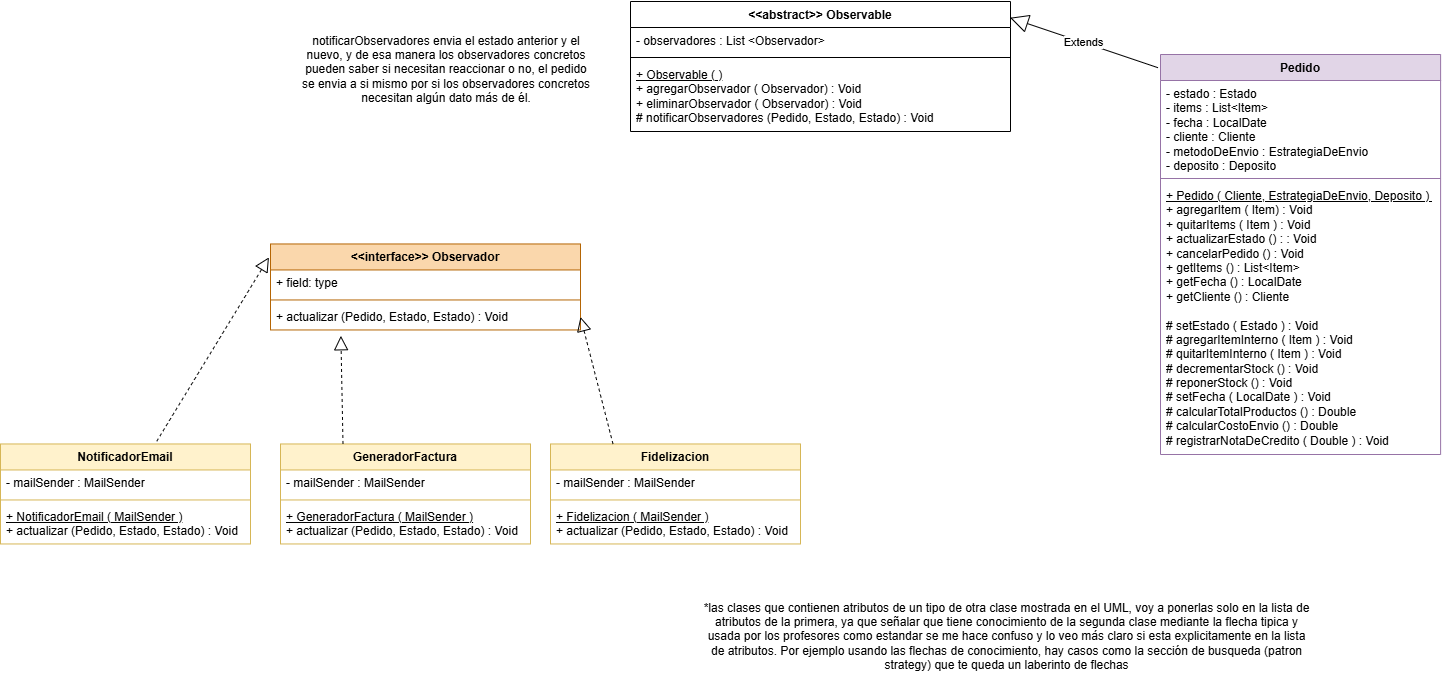
Above: src/notificaciones/UML.png in DemartinoFrancisco/UNQ-Shop (draw.io), before the change. Source tidied: cells renumbered, new cells last; positions are measured from the earlier drawing's top-left corner, leaving out a move shared by most shapes.
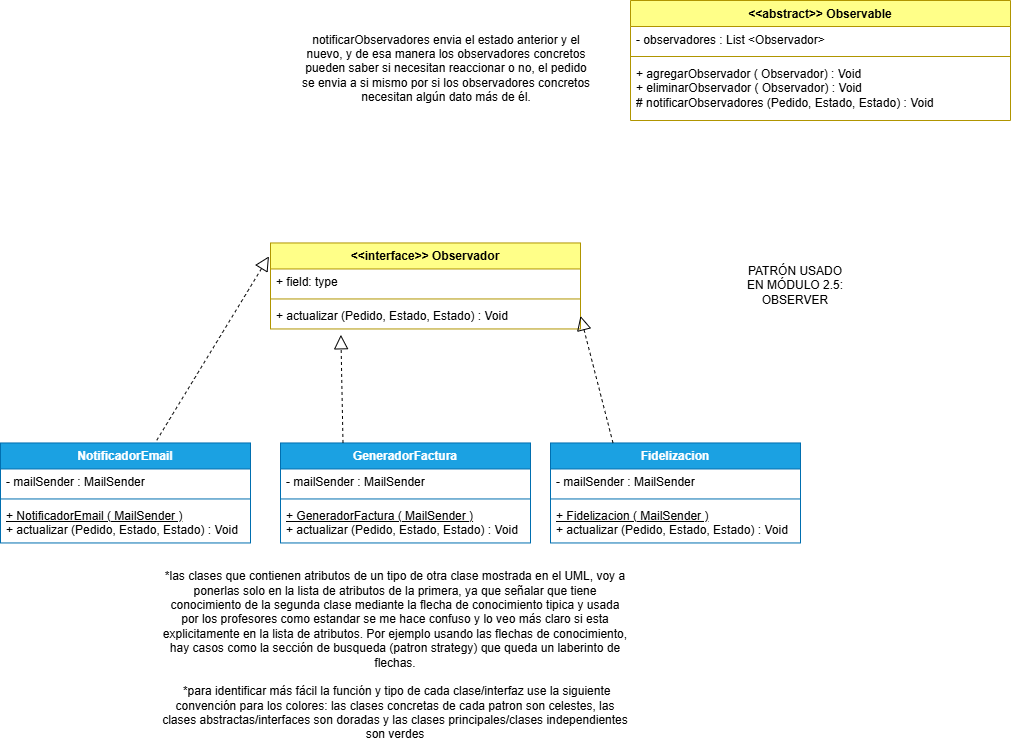
After the commit.

The edit, as a diff of the source:
```diff
@@ -2,7 +2,7 @@
   <root>
     <mxCell id="0" />
     <mxCell id="1" parent="0" />
-    <mxCell id="2" value="&amp;lt;&amp;lt;interface&amp;gt;&amp;gt; Observador" style="swimlane;fontStyle=1;align=center;verticalAlign=top;horizontal=1;startSize=26;whiteSpace=wrap;html=1;fillColor=#fad7ac;strokeColor=#b46504;" parent="1" vertex="1">
+    <mxCell id="2" value="&amp;lt;&amp;lt;interface&amp;gt;&amp;gt; Observador" style="swimlane;fontStyle=1;align=center;verticalAlign=top;horizontal=1;startSize=26;whiteSpace=wrap;html=1;fillColor=light-dark(#FFFF88,#A0A000);strokeColor=light-dark(#B09500,#A3A300);fontColor=#000000;" parent="1" vertex="1">
       <mxGeometry x="270" y="242.5" width="310" height="86" as="geometry" />
     </mxCell>
     <mxCell id="3" value="+ field: type" style="text;strokeColor=none;fillColor=none;align=left;verticalAlign=top;spacingLeft=4;spacingRight=4;overflow=hidden;whiteSpace=wrap;html=1;" parent="2" vertex="1">
@@ -14,44 +14,44 @@
     <mxCell id="5" value="+ actualizar (Pedido, Estado, Estado) : Void" style="text;strokeColor=none;fillColor=none;align=left;verticalAlign=top;spacingLeft=4;spacingRight=4;overflow=hidden;points=[[0,0.5],[1,0.5]];portConstraint=eastwest;whiteSpace=wrap;html=1;" parent="2" vertex="1">
       <mxGeometry y="60" width="310" height="26" as="geometry" />
     </mxCell>
-    <mxCell id="6" value="NotificadorEmail" style="swimlane;fontStyle=1;align=center;verticalAlign=top;horizontal=1;startSize=26;whiteSpace=wrap;html=1;fillColor=#fff2cc;strokeColor=#d6b656;" parent="1" vertex="1">
+    <mxCell id="6" value="NotificadorEmail" style="swimlane;fontStyle=1;align=center;verticalAlign=top;horizontal=1;startSize=26;whiteSpace=wrap;html=1;fillColor=light-dark(#1BA1E2,#00FFFF);strokeColor=light-dark(#006EAF,#00FFFF);fontColor=#ffffff;" parent="1" vertex="1">
       <mxGeometry y="442.5" width="250" height="100" as="geometry" />
     </mxCell>
-    <mxCell id="7" value="- mailSender : MailSender" style="text;strokeColor=none;fillColor=none;align=left;verticalAlign=top;spacingLeft=4;spacingRight=4;overflow=hidden;whiteSpace=wrap;html=1;" parent="6" vertex="1">
-      <mxGeometry y="26" width="250" height="26" as="geometry" />
-    </mxCell>
-    <mxCell id="8" style="line;strokeWidth=1;fillColor=none;align=left;verticalAlign=middle;spacingTop=-1;spacingLeft=3;spacingRight=3;labelPosition=right;strokeColor=inherit;" parent="6" vertex="1">
-      <mxGeometry y="52" width="250" height="8" as="geometry" />
-    </mxCell>
+    <mxCell id="32" value="- mailSender : MailSender" style="text;strokeColor=none;fillColor=none;align=left;verticalAlign=top;spacingLeft=4;spacingRight=4;overflow=hidden;whiteSpace=wrap;html=1;" parent="6" vertex="1">
+      <mxGeometry y="26" width="250" height="26" as="geometry" />
+    </mxCell>
+    <mxCell id="33" style="line;strokeWidth=1;fillColor=none;align=left;verticalAlign=middle;spacingTop=-1;spacingLeft=3;spacingRight=3;labelPosition=right;strokeColor=inherit;" parent="6" vertex="1">
+      <mxGeometry y="52" width="250" height="8" as="geometry" />
+    </mxCell>
     <mxCell id="9" value="&lt;div&gt;&lt;u&gt;+ NotificadorEmail ( MailSender )&lt;/u&gt;&lt;/div&gt;+ actualizar (Pedido, Estado, Estado) : Void" style="text;strokeColor=none;fillColor=none;align=left;verticalAlign=top;spacingLeft=4;spacingRight=4;overflow=hidden;whiteSpace=wrap;html=1;" parent="6" vertex="1">
       <mxGeometry y="60" width="250" height="40" as="geometry" />
     </mxCell>
-    <mxCell id="10" value="Fidelizacion&lt;div&gt;&lt;br&gt;&lt;/div&gt;" style="swimlane;fontStyle=1;align=center;verticalAlign=top;horizontal=1;startSize=26;whiteSpace=wrap;html=1;fillColor=#fff2cc;strokeColor=#d6b656;" parent="1" vertex="1">
+    <mxCell id="10" value="Fidelizacion&lt;div&gt;&lt;br&gt;&lt;/div&gt;" style="swimlane;fontStyle=1;align=center;verticalAlign=top;horizontal=1;startSize=26;whiteSpace=wrap;html=1;fillColor=light-dark(#1BA1E2,#00FFFF);strokeColor=light-dark(#006EAF,#00FFFF);fontColor=#ffffff;" parent="1" vertex="1">
       <mxGeometry x="550" y="442.5" width="250" height="100" as="geometry" />
     </mxCell>
-    <mxCell id="11" value="- mailSender : MailSender" style="text;strokeColor=none;fillColor=none;align=left;verticalAlign=top;spacingLeft=4;spacingRight=4;overflow=hidden;whiteSpace=wrap;html=1;" parent="10" vertex="1">
-      <mxGeometry y="26" width="250" height="26" as="geometry" />
-    </mxCell>
-    <mxCell id="12" style="line;strokeWidth=1;fillColor=none;align=left;verticalAlign=middle;spacingTop=-1;spacingLeft=3;spacingRight=3;labelPosition=right;strokeColor=inherit;" parent="10" vertex="1">
-      <mxGeometry y="52" width="250" height="8" as="geometry" />
-    </mxCell>
+    <mxCell id="34" value="- mailSender : MailSender" style="text;strokeColor=none;fillColor=none;align=left;verticalAlign=top;spacingLeft=4;spacingRight=4;overflow=hidden;whiteSpace=wrap;html=1;" parent="10" vertex="1">
+      <mxGeometry y="26" width="250" height="26" as="geometry" />
+    </mxCell>
+    <mxCell id="35" style="line;strokeWidth=1;fillColor=none;align=left;verticalAlign=middle;spacingTop=-1;spacingLeft=3;spacingRight=3;labelPosition=right;strokeColor=inherit;" parent="10" vertex="1">
+      <mxGeometry y="52" width="250" height="8" as="geometry" />
+    </mxCell>
     <mxCell id="13" value="&lt;div&gt;&lt;u&gt;+ Fidelizacion ( MailSender )&lt;/u&gt;&lt;/div&gt;+ actualizar (Pedido, Estado, Estado) : Void" style="text;strokeColor=none;fillColor=none;align=left;verticalAlign=top;spacingLeft=4;spacingRight=4;overflow=hidden;whiteSpace=wrap;html=1;" parent="10" vertex="1">
       <mxGeometry y="60" width="250" height="40" as="geometry" />
     </mxCell>
-    <mxCell id="14" value="GeneradorFactura" style="swimlane;fontStyle=1;align=center;verticalAlign=top;horizontal=1;startSize=26;whiteSpace=wrap;html=1;fillColor=#fff2cc;strokeColor=#d6b656;" parent="1" vertex="1">
+    <mxCell id="14" value="GeneradorFactura" style="swimlane;fontStyle=1;align=center;verticalAlign=top;horizontal=1;startSize=26;whiteSpace=wrap;html=1;fillColor=light-dark(#1BA1E2,#00FFFF);strokeColor=light-dark(#006EAF,#00FFFF);fontColor=#ffffff;" parent="1" vertex="1">
       <mxGeometry x="280" y="442.5" width="250" height="100" as="geometry" />
     </mxCell>
-    <mxCell id="15" value="- mailSender : MailSender" style="text;strokeColor=none;fillColor=none;align=left;verticalAlign=top;spacingLeft=4;spacingRight=4;overflow=hidden;whiteSpace=wrap;html=1;" parent="14" vertex="1">
-      <mxGeometry y="26" width="250" height="26" as="geometry" />
-    </mxCell>
-    <mxCell id="16" style="line;strokeWidth=1;fillColor=none;align=left;verticalAlign=middle;spacingTop=-1;spacingLeft=3;spacingRight=3;labelPosition=right;strokeColor=inherit;" parent="14" vertex="1">
-      <mxGeometry y="52" width="250" height="8" as="geometry" />
-    </mxCell>
+    <mxCell id="36" value="- mailSender : MailSender" style="text;strokeColor=none;fillColor=none;align=left;verticalAlign=top;spacingLeft=4;spacingRight=4;overflow=hidden;whiteSpace=wrap;html=1;" parent="14" vertex="1">
+      <mxGeometry y="26" width="250" height="26" as="geometry" />
+    </mxCell>
+    <mxCell id="37" style="line;strokeWidth=1;fillColor=none;align=left;verticalAlign=middle;spacingTop=-1;spacingLeft=3;spacingRight=3;labelPosition=right;strokeColor=inherit;" parent="14" vertex="1">
+      <mxGeometry y="52" width="250" height="8" as="geometry" />
+    </mxCell>
     <mxCell id="17" value="&lt;div&gt;&lt;u&gt;+ GeneradorFactura ( MailSender )&lt;/u&gt;&lt;/div&gt;+ actualizar (Pedido, Estado, Estado) : Void" style="text;strokeColor=none;fillColor=none;align=left;verticalAlign=top;spacingLeft=4;spacingRight=4;overflow=hidden;whiteSpace=wrap;html=1;" parent="14" vertex="1">
       <mxGeometry y="60" width="250" height="40" as="geometry" />
     </mxCell>
-    <mxCell id="18" value="&amp;lt;&amp;lt;abstract&amp;gt;&amp;gt; Observable" style="swimlane;fontStyle=1;align=center;verticalAlign=top;horizontal=1;startSize=26;whiteSpace=wrap;html=1;" parent="1" vertex="1">
-      <mxGeometry x="630" width="380" height="130" as="geometry" />
+    <mxCell id="18" value="&amp;lt;&amp;lt;abstract&amp;gt;&amp;gt; Observable" style="swimlane;fontStyle=1;align=center;verticalAlign=top;horizontal=1;startSize=26;whiteSpace=wrap;html=1;fillColor=light-dark(#FFFF88,#A0A000);fontColor=#000000;strokeColor=light-dark(#B09500,#A3A300);" parent="1" vertex="1">
+      <mxGeometry x="630" width="380" height="120" as="geometry" />
     </mxCell>
     <mxCell id="19" value="- observadores : List &amp;lt;Observador&amp;gt;" style="text;strokeColor=none;fillColor=none;align=left;verticalAlign=top;spacingLeft=4;spacingRight=4;overflow=hidden;whiteSpace=wrap;html=1;" parent="18" vertex="1">
       <mxGeometry y="26" width="380" height="26" as="geometry" />
@@ -59,27 +59,12 @@
     <mxCell id="20" style="line;strokeWidth=1;fillColor=none;align=left;verticalAlign=middle;spacingTop=-1;spacingLeft=3;spacingRight=3;labelPosition=right;strokeColor=inherit;" parent="18" vertex="1">
       <mxGeometry y="52" width="380" height="8" as="geometry" />
     </mxCell>
-    <mxCell id="21" value="&lt;div&gt;&lt;u&gt;+ Observable ( )&lt;/u&gt;&lt;/div&gt;+ agregarObservador ( Observador) : Void&lt;div&gt;+ eliminarObservador ( Observador) : Void&lt;/div&gt;&lt;div&gt;# notificarObservadores (Pedido, Estado, Estado) : Void&lt;/div&gt;" style="text;strokeColor=none;fillColor=none;align=left;verticalAlign=top;spacingLeft=4;spacingRight=4;overflow=hidden;whiteSpace=wrap;html=1;" parent="18" vertex="1">
-      <mxGeometry y="60" width="380" height="70" as="geometry" />
-    </mxCell>
+    <mxCell id="38" value="&lt;div&gt;&lt;span style=&quot;background-color: transparent; color: light-dark(rgb(0, 0, 0), rgb(255, 255, 255));&quot;&gt;+ agregarObservador ( Observador) : Void&lt;/span&gt;&lt;/div&gt;&lt;div&gt;+ eliminarObservador ( Observador) : Void&lt;/div&gt;&lt;div&gt;# notificarObservadores (Pedido, Estado, Estado) : Void&lt;/div&gt;" style="text;strokeColor=none;fillColor=none;align=left;verticalAlign=top;spacingLeft=4;spacingRight=4;overflow=hidden;whiteSpace=wrap;html=1;" parent="18" vertex="1">
+      <mxGeometry y="60" width="380" height="60" as="geometry" />
+    </mxCell>
     <mxCell id="22" value="notificarObservadores envia el estado anterior y el nuevo, y de esa manera los observadores concretos pueden saber si necesitan reaccionar o no, el pedido se envia a si mismo por si los observadores concretos necesitan algún dato más de él." style="text;html=1;whiteSpace=wrap;strokeColor=none;fillColor=none;align=center;verticalAlign=middle;rounded=0;" parent="1" vertex="1">
       <mxGeometry x="300" y="53" width="292" height="30" as="geometry" />
     </mxCell>
-    <mxCell id="23" value="Pedido" style="swimlane;fontStyle=1;align=center;verticalAlign=top;horizontal=1;startSize=26;whiteSpace=wrap;html=1;fillColor=#e1d5e7;strokeColor=#9673a6;" parent="1" vertex="1">
-      <mxGeometry x="1160" y="53" width="280.1" height="400" as="geometry" />
-    </mxCell>
-    <mxCell id="24" value="- estado : Estado&lt;div&gt;- items : List&amp;lt;Item&amp;gt;&lt;/div&gt;&lt;div&gt;- fecha : LocalDate&lt;/div&gt;&lt;div&gt;- cliente : Cliente&lt;/div&gt;&lt;div&gt;- metodoDeEnvio : EstrategiaDeEnvio&lt;/div&gt;&lt;div&gt;- deposito : Deposito&lt;/div&gt;" style="text;strokeColor=none;fillColor=none;align=left;verticalAlign=top;spacingLeft=4;spacingRight=4;overflow=hidden;whiteSpace=wrap;html=1;" parent="23" vertex="1">
-      <mxGeometry y="26" width="280.1" height="94" as="geometry" />
-    </mxCell>
-    <mxCell id="25" style="line;strokeWidth=1;fillColor=none;align=left;verticalAlign=middle;spacingTop=-1;spacingLeft=3;spacingRight=3;labelPosition=right;strokeColor=inherit;" parent="23" vertex="1">
-      <mxGeometry y="120" width="280.1" height="8" as="geometry" />
-    </mxCell>
-    <mxCell id="26" value="&lt;u&gt;+ Pedido ( Cliente, EstrategiaDeEnvio, Deposito )&amp;nbsp;&lt;/u&gt;&lt;div&gt;&lt;div&gt;+ agregarItem ( Item) : Void&lt;/div&gt;&lt;div&gt;+ quitarItems ( Item ) : Void&amp;nbsp;&lt;/div&gt;&lt;div&gt;+ actualizarEstado () : : Void&lt;/div&gt;&lt;div&gt;+ cancelarPedido () : Void&lt;/div&gt;&lt;/div&gt;&lt;div&gt;+ getItems () : List&amp;lt;Item&amp;gt;&lt;/div&gt;&lt;div&gt;+ getFecha () : LocalDate&lt;/div&gt;&lt;div&gt;+ getCliente () : Cliente&lt;/div&gt;&lt;div&gt;&lt;br&gt;&lt;/div&gt;&lt;div&gt;# setEstado ( Estado ) : Void&lt;/div&gt;&lt;div&gt;# agregarItemInterno ( Item ) : Void&lt;/div&gt;&lt;div&gt;# quitarItemInterno ( Item ) : Void&lt;/div&gt;&lt;div&gt;# decrementarStock () : Void&lt;/div&gt;&lt;div&gt;# reponerStock () : Void&lt;/div&gt;&lt;div&gt;# setFecha ( LocalDate ) : Void&lt;/div&gt;&lt;div&gt;# calcularTotalProductos () : Double&lt;/div&gt;&lt;div&gt;# calcularCostoEnvio () : Double&lt;/div&gt;&lt;div&gt;# registrarNotaDeCredito ( Double ) : Void&lt;/div&gt;" style="text;strokeColor=none;fillColor=none;align=left;verticalAlign=top;spacingLeft=4;spacingRight=4;overflow=hidden;whiteSpace=wrap;html=1;" parent="23" vertex="1">
-      <mxGeometry y="128" width="280.1" height="272" as="geometry" />
-    </mxCell>
-    <mxCell id="27" value="Extends" style="endArrow=block;endSize=16;endFill=0;html=1;rounded=0;entryX=0.999;entryY=0.125;entryDx=0;entryDy=0;entryPerimeter=0;exitX=-0.009;exitY=0.033;exitDx=0;exitDy=0;exitPerimeter=0;" parent="1" edge="1" source="23" target="18">
-      <mxGeometry relative="1" as="geometry" />
-    </mxCell>
     <mxCell id="28" style="endArrow=block;dashed=1;endFill=0;endSize=12;html=1;rounded=0;entryX=-0.005;entryY=0.156;entryDx=0;entryDy=0;entryPerimeter=0;exitX=0.625;exitY=-0.027;exitDx=0;exitDy=0;exitPerimeter=0;" parent="1" edge="1" source="6" target="2">
       <mxGeometry relative="1" as="geometry" />
     </mxCell>
@@ -89,8 +74,11 @@
     <mxCell id="30" style="endArrow=block;dashed=1;endFill=0;endSize=12;html=1;rounded=0;entryX=1;entryY=0.5;entryDx=0;entryDy=0;exitX=0.25;exitY=0;exitDx=0;exitDy=0;" parent="1" edge="1" source="10" target="5">
       <mxGeometry relative="1" as="geometry" />
     </mxCell>
-    <mxCell id="31" value="*las clases que contienen atributos de un tipo de otra clase mostrada en el UML, voy a ponerlas solo en la lista de atributos de la primera, ya que señalar que tiene conocimiento de la segunda clase mediante la flecha tipica y usada por los profesores como estandar se me hace confuso y lo veo más claro si esta explicitamente en la lista de atributos. Por ejemplo usando las flechas de conocimiento, hay casos como la sección de busqueda (patron strategy) que te queda un laberinto de flechas" style="text;html=1;whiteSpace=wrap;strokeColor=none;fillColor=none;align=center;verticalAlign=middle;rounded=0;" parent="1" vertex="1">
-      <mxGeometry x="700" y="590" width="613.4" height="90" as="geometry" />
-    </mxCell>
+    <mxCell id="39" value="PATRÓN USADO EN MÓDULO 2.5: OBSERVER" style="text;html=1;whiteSpace=wrap;strokeColor=none;fillColor=none;align=center;verticalAlign=middle;rounded=0;" parent="1" vertex="1">
+      <mxGeometry x="740" y="270" width="110" height="30" as="geometry" />
+    </mxCell>
+    <mxCell id="40" value="*las clases que contienen atributos de un tipo de otra clase mostrada en el UML, voy a ponerlas solo en la lista de atributos de la primera, ya que señalar que tiene conocimiento de la segunda clase mediante la flecha de conocimiento tipica y usada por los profesores como estandar se me hace confuso y lo veo más claro si esta explicitamente en la lista de atributos. Por ejemplo usando las flechas de conocimiento, hay casos como la sección de busqueda (patron strategy) que queda un laberinto de flechas.&lt;div&gt;&lt;br&gt;&lt;/div&gt;&lt;div&gt;&amp;nbsp;&lt;span style=&quot;background-color: transparent; color: light-dark(rgb(0, 0, 0), rgb(255, 255, 255));&quot;&gt;*para identificar más fácil la función y tipo de cada clase/interfaz use la siguiente convención para los colores: las clases concretas de cada patron son celestes, las clases abstractas/interfaces son doradas y las clases principales/clases independientes son verdes&lt;/span&gt;&lt;/div&gt;" style="text;html=1;whiteSpace=wrap;strokeColor=none;fillColor=none;align=center;verticalAlign=middle;rounded=0;" parent="1" vertex="1">
+      <mxGeometry x="160" y="640" width="470" height="30" as="geometry" />
+    </mxCell>
   </root>
 </mxGraphModel>
```
